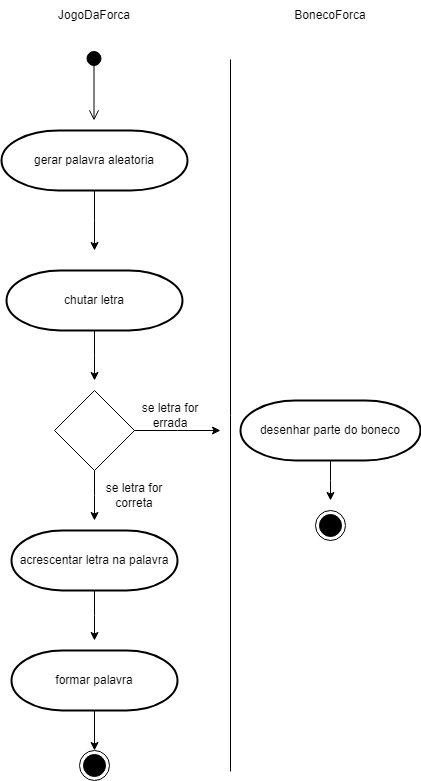
KalCastro/Jogo_da_Forca keeps this draw.io diagram as Diagrama de Atividade.drawio.png. Above is the earlier version. Source tidied: cells renumbered, new cells last; positions are measured from the earlier drawing's top-left corner, leaving out a move shared by most shapes.
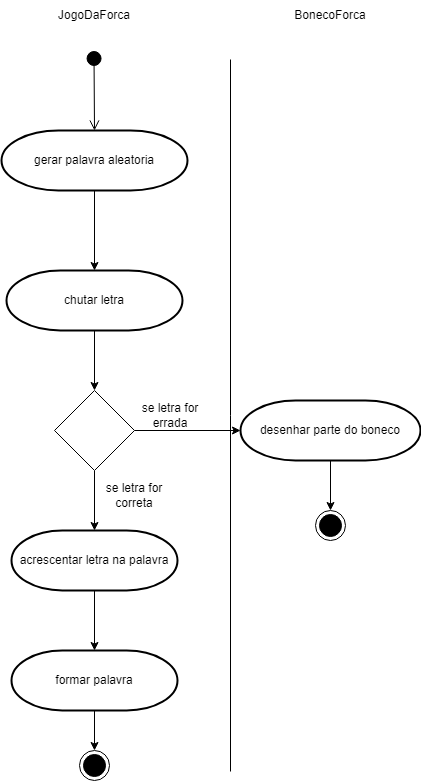
The same diagram one commit later.

What changed in the source:
```diff
@@ -2,15 +2,11 @@
   <root>
     <mxCell id="0" />
     <mxCell id="1" parent="0" />
-    <mxCell id="2" style="edgeStyle=orthogonalEdgeStyle;rounded=0;jettySize=auto;html=1;" parent="1" edge="1" source="4">
-      <mxGeometry relative="1" as="geometry">
-        <mxPoint x="219" y="430" as="targetPoint" />
-      </mxGeometry>
+    <mxCell id="2" style="edgeStyle=orthogonalEdgeStyle;rounded=0;jettySize=auto;html=1;entryX=0;entryY=0.5;entryDx=0;entryDy=0;entryPerimeter=0;" parent="1" edge="1" source="4" target="14">
+      <mxGeometry relative="1" as="geometry" />
     </mxCell>
-    <mxCell id="3" style="edgeStyle=orthogonalEdgeStyle;rounded=0;jettySize=auto;html=1;" parent="1" edge="1" source="4">
-      <mxGeometry relative="1" as="geometry">
-        <mxPoint x="93" y="520" as="targetPoint" />
-      </mxGeometry>
+    <mxCell id="3" style="edgeStyle=orthogonalEdgeStyle;rounded=0;jettySize=auto;html=1;entryX=0.5;entryY=0;entryDx=0;entryDy=0;entryPerimeter=0;" parent="1" edge="1" source="4" target="8">
+      <mxGeometry relative="1" as="geometry" />
     </mxCell>
     <mxCell id="4" style="rhombus;whiteSpace=wrap;html=1;" parent="1" vertex="1">
       <mxGeometry x="53" y="390" width="80" height="80" as="geometry" />
@@ -21,34 +17,26 @@
     <mxCell id="6" value="formar palavra" style="strokeWidth=2;html=1;shape=mxgraph.flowchart.terminator;whiteSpace=wrap;" parent="1" vertex="1">
       <mxGeometry x="10" y="650" width="166" height="60" as="geometry" />
     </mxCell>
-    <mxCell id="7" style="edgeStyle=orthogonalEdgeStyle;rounded=0;jettySize=auto;html=1;" parent="1" edge="1" source="8">
-      <mxGeometry relative="1" as="geometry">
-        <mxPoint x="93" y="640" as="targetPoint" />
-      </mxGeometry>
+    <mxCell id="7" style="edgeStyle=orthogonalEdgeStyle;rounded=0;jettySize=auto;html=1;entryX=0.5;entryY=0;entryDx=0;entryDy=0;entryPerimeter=0;" parent="1" edge="1" source="8" target="6">
+      <mxGeometry relative="1" as="geometry" />
     </mxCell>
     <mxCell id="8" value="acrescentar letra na palavra" style="strokeWidth=2;html=1;shape=mxgraph.flowchart.terminator;whiteSpace=wrap;" parent="1" vertex="1">
       <mxGeometry x="10" y="530" width="166" height="60" as="geometry" />
     </mxCell>
-    <mxCell id="9" style="edgeStyle=orthogonalEdgeStyle;rounded=0;jettySize=auto;html=1;" parent="1" edge="1" source="10">
-      <mxGeometry relative="1" as="geometry">
-        <mxPoint x="93" y="250" as="targetPoint" />
-      </mxGeometry>
+    <mxCell id="9" style="edgeStyle=orthogonalEdgeStyle;rounded=0;jettySize=auto;html=1;entryX=0.5;entryY=0;entryDx=0;entryDy=0;entryPerimeter=0;" parent="1" edge="1" source="10" target="12">
+      <mxGeometry relative="1" as="geometry" />
     </mxCell>
     <mxCell id="10" value="gerar palavra aleatoria" style="strokeWidth=2;html=1;shape=mxgraph.flowchart.terminator;whiteSpace=wrap;" parent="1" vertex="1">
       <mxGeometry y="130" width="186" height="60" as="geometry" />
     </mxCell>
-    <mxCell id="11" style="edgeStyle=orthogonalEdgeStyle;rounded=0;jettySize=auto;html=1;" parent="1" edge="1" source="12">
-      <mxGeometry relative="1" as="geometry">
-        <mxPoint x="93" y="380" as="targetPoint" />
-      </mxGeometry>
+    <mxCell id="11" style="edgeStyle=orthogonalEdgeStyle;rounded=0;jettySize=auto;html=1;entryX=0.5;entryY=0;entryDx=0;entryDy=0;entryPerimeter=0;" parent="1" edge="1" source="12" target="4">
+      <mxGeometry relative="1" as="geometry" />
     </mxCell>
     <mxCell id="12" value="chutar letra" style="strokeWidth=2;html=1;shape=mxgraph.flowchart.terminator;whiteSpace=wrap;" parent="1" vertex="1">
       <mxGeometry x="5" y="270" width="176" height="60" as="geometry" />
     </mxCell>
-    <mxCell id="13" style="edgeStyle=orthogonalEdgeStyle;rounded=0;jettySize=auto;html=1;" parent="1" edge="1" source="14">
-      <mxGeometry relative="1" as="geometry">
-        <mxPoint x="329" y="500" as="targetPoint" />
-      </mxGeometry>
+    <mxCell id="13" style="edgeStyle=orthogonalEdgeStyle;rounded=0;jettySize=auto;html=1;entryX=0.5;entryY=0;entryDx=0;entryDy=0;" parent="1" edge="1" source="14" target="15">
+      <mxGeometry relative="1" as="geometry" />
     </mxCell>
     <mxCell id="14" value="desenhar parte do boneco" style="strokeWidth=2;html=1;shape=mxgraph.flowchart.terminator;whiteSpace=wrap;" parent="1" vertex="1">
       <mxGeometry x="239" y="400" width="180" height="60" as="geometry" />
@@ -56,10 +44,9 @@
     <mxCell id="15" style="ellipse;html=1;shape=endState;fillColor=#000000;strokeColor=#000000;" parent="1" vertex="1">
       <mxGeometry x="314" y="510" width="30" height="30" as="geometry" />
     </mxCell>
-    <mxCell id="16" style="html=1;verticalAlign=bottom;startArrow=circle;startFill=1;endArrow=open;startSize=6;endSize=8;curved=0;rounded=0;" parent="1" edge="1">
+    <mxCell id="16" style="html=1;verticalAlign=bottom;startArrow=circle;startFill=1;endArrow=open;startSize=6;endSize=8;curved=0;rounded=0;entryX=0.5;entryY=0;entryDx=0;entryDy=0;entryPerimeter=0;" parent="1" edge="1" target="10">
       <mxGeometry relative="1" as="geometry">
         <mxPoint x="92.5" y="50" as="sourcePoint" />
-        <mxPoint x="92.5" y="120" as="targetPoint" />
       </mxGeometry>
     </mxCell>
     <mxCell id="17" value="se letra for errada" style="text;html=1;strokeColor=none;fillColor=none;align=center;verticalAlign=middle;whiteSpace=wrap;rounded=0;" parent="1" vertex="1">
```
